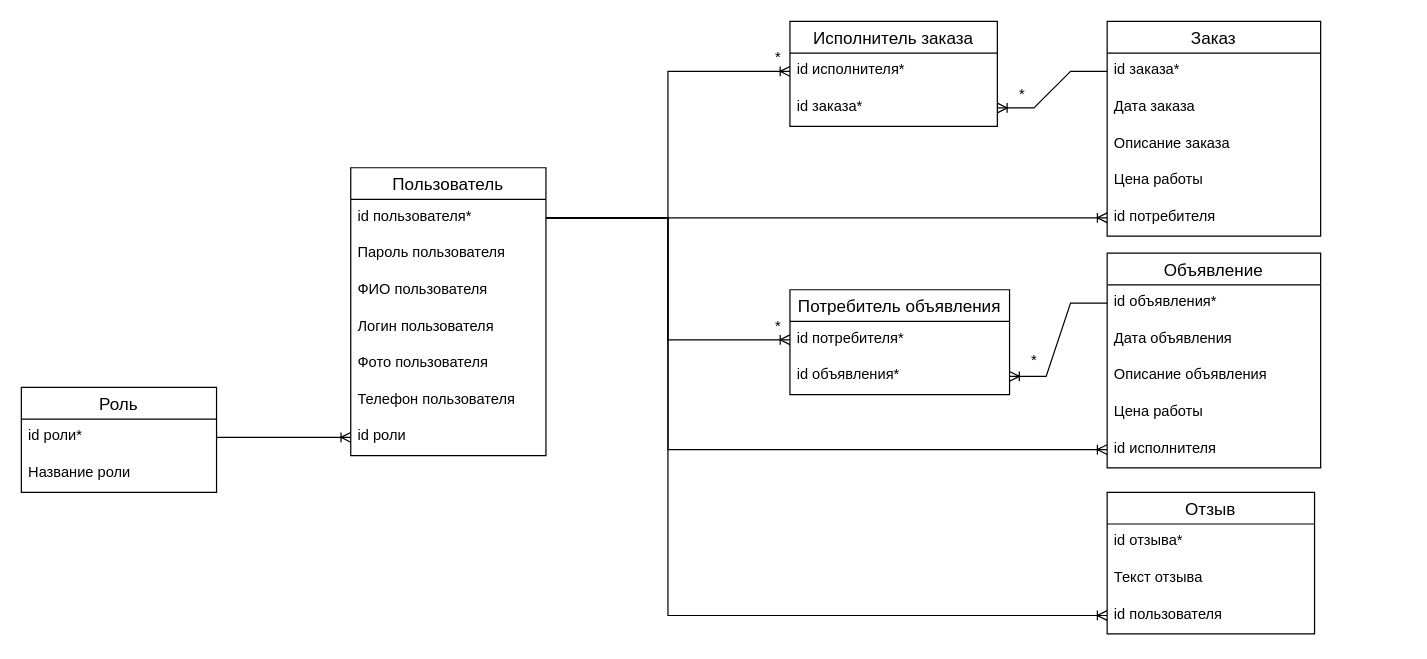
Above: Khalikov_BD.drawio in UppercutsFromKupchino/Khalikov_BD (draw.io), before the change. Source tidied: cells renumbered, new cells numbered last; positions are measured from the earlier drawing's top-left corner, leaving out a move shared by most shapes. Both pictures are drawn from the tidied source at 122%, with x=0, y=0 at pixel (21, 21).
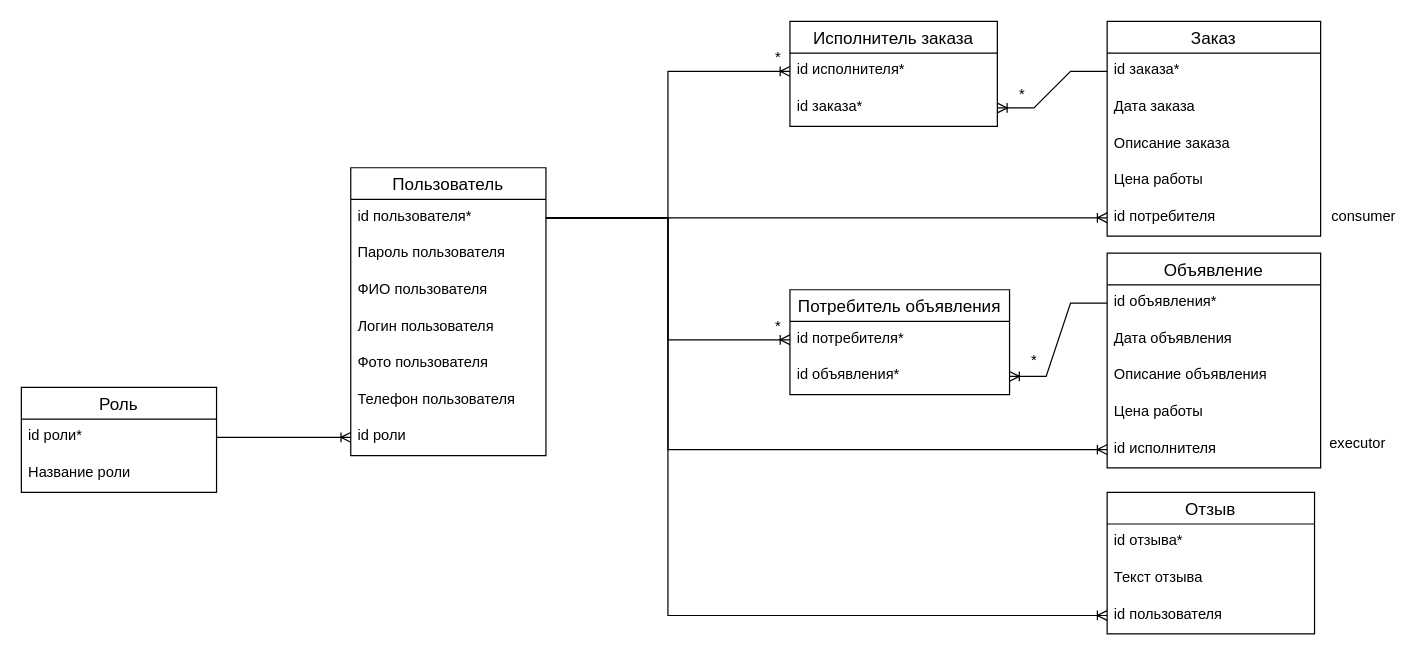
The same diagram, later.

The edit, as a diff of the source:
```diff
@@
+    <mxCell id="47" value="consumer" style="text;html=1;align=center;verticalAlign=middle;strokeColor=none;fillColor=none;" parent="1" vertex="1">
+      <mxGeometry x="1065" y="150" width="70" height="20" as="geometry" />
+    </mxCell>
+    <mxCell id="48" value="executor" style="text;html=1;align=center;verticalAlign=middle;strokeColor=none;fillColor=none;" parent="1" vertex="1">
+      <mxGeometry x="1065" y="336" width="60" height="20" as="geometry" />
+    </mxCell>
```
